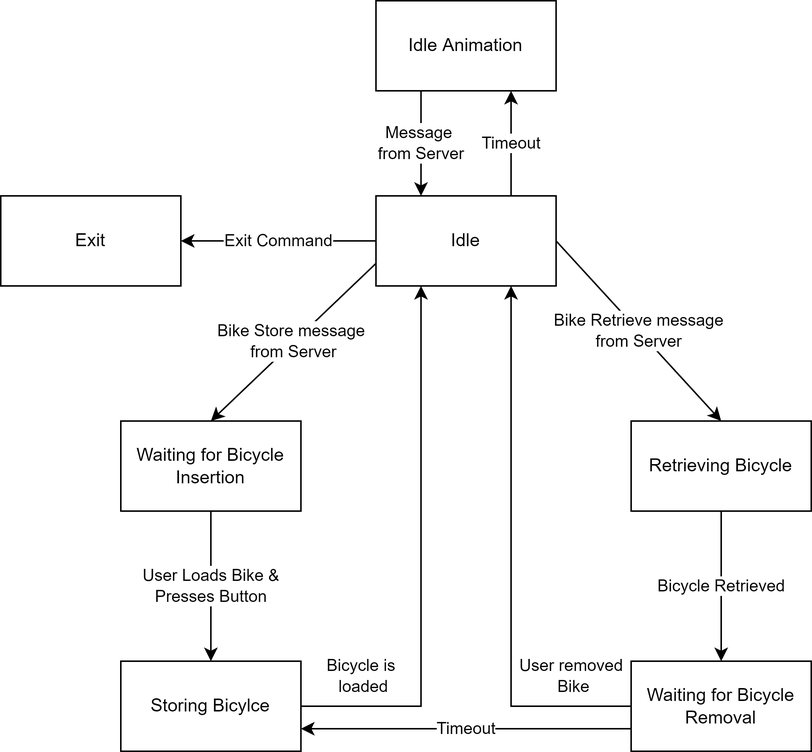
Earlier version of the draw.io export Diplomarbeit/images/tower_controller_v2_state_machine.png (jokil123/Fahrradturm). Source tidied: cells renumbered, new cells last; positions are measured from the earlier drawing's top-left corner, leaving out a move shared by most shapes. The source it was exported from:
```xml
<mxGraphModel>
  <root>
    <mxCell id="0" />
    <mxCell id="1" parent="0" />
    <mxCell id="2" value="Bicycle Retrieved" style="edgeStyle=orthogonalEdgeStyle;rounded=0;jettySize=auto;html=1;" parent="1" edge="1" source="3" target="9">
      <mxGeometry relative="1" as="geometry" />
    </mxCell>
    <mxCell id="3" value="Retrieving Bicycle" style="rounded=0;whiteSpace=wrap;html=1;" parent="1" vertex="1">
      <mxGeometry x="420" y="280" width="120" height="60" as="geometry" />
    </mxCell>
    <mxCell id="4" value="Idle" style="rounded=0;whiteSpace=wrap;html=1;" parent="1" vertex="1">
      <mxGeometry x="250" y="130" width="120" height="60" as="geometry" />
    </mxCell>
    <mxCell id="5" value="Bicycle is&lt;br&gt;&amp;nbsp;loaded" style="edgeStyle=orthogonalEdgeStyle;rounded=0;jettySize=auto;html=1;entryX=0.25;entryY=1;entryDx=0;entryDy=0;" parent="1" edge="1" source="6" target="4">
      <mxGeometry x="-0.78" y="20" relative="1" as="geometry" />
    </mxCell>
    <mxCell id="6" value="Storing Bicylce" style="rounded=0;whiteSpace=wrap;html=1;" parent="1" vertex="1">
      <mxGeometry x="80" y="440" width="120" height="60" as="geometry" />
    </mxCell>
    <mxCell id="7" value="User removed&lt;br&gt;&amp;nbsp;Bike" style="edgeStyle=orthogonalEdgeStyle;rounded=0;jettySize=auto;html=1;entryX=0.75;entryY=1;entryDx=0;entryDy=0;" parent="1" edge="1" source="9" target="4">
      <mxGeometry x="-0.78" y="-20" relative="1" as="geometry" />
    </mxCell>
    <mxCell id="8" value="Timeout" style="edgeStyle=orthogonalEdgeStyle;rounded=0;jettySize=auto;html=1;exitX=0;exitY=0.75;exitDx=0;exitDy=0;entryX=1;entryY=0.75;entryDx=0;entryDy=0;" parent="1" edge="1" source="9" target="6">
      <mxGeometry relative="1" as="geometry" />
    </mxCell>
    <mxCell id="9" value="Waiting for Bicycle Removal" style="rounded=0;whiteSpace=wrap;html=1;" parent="1" vertex="1">
      <mxGeometry x="420" y="440" width="120" height="60" as="geometry" />
    </mxCell>
    <mxCell id="10" value="User Loads Bike &amp;amp;&lt;br&gt;Presses Button" style="edgeStyle=orthogonalEdgeStyle;rounded=0;jettySize=auto;html=1;" parent="1" edge="1" source="11" target="6">
      <mxGeometry relative="1" as="geometry" />
    </mxCell>
    <mxCell id="11" value="Waiting for Bicycle Insertion" style="rounded=0;whiteSpace=wrap;html=1;" parent="1" vertex="1">
      <mxGeometry x="80" y="280" width="120" height="60" as="geometry" />
    </mxCell>
    <mxCell id="12" value="Idle Animation" style="rounded=0;whiteSpace=wrap;html=1;" parent="1" vertex="1">
      <mxGeometry x="250" width="120" height="60" as="geometry" />
    </mxCell>
    <mxCell id="13" value="Timeout" style="endArrow=classic;html=1;rounded=0;entryX=0.75;entryY=1;entryDx=0;entryDy=0;exitX=0.75;exitY=0;exitDx=0;exitDy=0;" parent="1" edge="1" source="4" target="12">
      <mxGeometry relative="1" as="geometry" />
    </mxCell>
    <mxCell id="14" value="Message &lt;br&gt;from Server" style="endArrow=classic;html=1;rounded=0;entryX=0.25;entryY=0;entryDx=0;entryDy=0;exitX=0.25;exitY=1;exitDx=0;exitDy=0;" parent="1" edge="1" source="12" target="4">
      <mxGeometry relative="1" as="geometry" />
    </mxCell>
    <mxCell id="15" value="Bike Store message &lt;br&gt;from Server" style="endArrow=classic;html=1;rounded=0;entryX=0.5;entryY=0;entryDx=0;entryDy=0;exitX=0;exitY=0.75;exitDx=0;exitDy=0;" parent="1" edge="1" source="4" target="11">
      <mxGeometry relative="1" as="geometry" />
    </mxCell>
    <mxCell id="16" value="Bike Retrieve message&lt;br&gt;from Server" style="endArrow=classic;html=1;rounded=0;entryX=0.5;entryY=0;entryDx=0;entryDy=0;exitX=1;exitY=0.5;exitDx=0;exitDy=0;" parent="1" edge="1" source="4" target="3">
      <mxGeometry relative="1" as="geometry" />
    </mxCell>
    <mxCell id="17" value="Exit" style="rounded=0;whiteSpace=wrap;html=1;" parent="1" vertex="1">
      <mxGeometry y="130" width="120" height="60" as="geometry" />
    </mxCell>
    <mxCell id="18" value="Exit Command" style="endArrow=classic;html=1;rounded=0;entryX=1;entryY=0.5;entryDx=0;entryDy=0;exitX=0;exitY=0.5;exitDx=0;exitDy=0;" parent="1" edge="1" source="4" target="17">
      <mxGeometry relative="1" as="geometry" />
    </mxCell>
  </root>
</mxGraphModel>
```
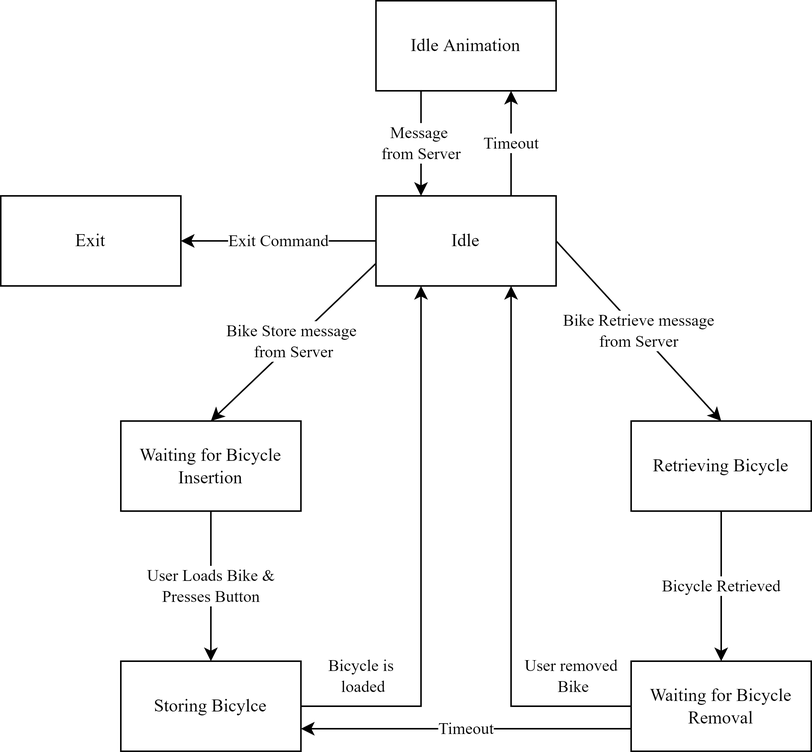
After the commit.

Diff of the diagram source:
```diff
@@ -2,55 +2,55 @@
   <root>
     <mxCell id="0" />
     <mxCell id="1" parent="0" />
-    <mxCell id="2" value="Bicycle Retrieved" style="edgeStyle=orthogonalEdgeStyle;rounded=0;jettySize=auto;html=1;" parent="1" edge="1" source="3" target="9">
+    <mxCell id="2" value="Bicycle Retrieved" style="edgeStyle=orthogonalEdgeStyle;rounded=0;jettySize=auto;html=1;fontFamily=Times New Roman;" parent="1" edge="1" source="3" target="9">
       <mxGeometry relative="1" as="geometry" />
     </mxCell>
-    <mxCell id="3" value="Retrieving Bicycle" style="rounded=0;whiteSpace=wrap;html=1;" parent="1" vertex="1">
+    <mxCell id="3" value="Retrieving Bicycle" style="rounded=0;whiteSpace=wrap;html=1;fontFamily=Times New Roman;" parent="1" vertex="1">
       <mxGeometry x="420" y="280" width="120" height="60" as="geometry" />
     </mxCell>
-    <mxCell id="4" value="Idle" style="rounded=0;whiteSpace=wrap;html=1;" parent="1" vertex="1">
+    <mxCell id="4" value="Idle" style="rounded=0;whiteSpace=wrap;html=1;fontFamily=Times New Roman;" parent="1" vertex="1">
       <mxGeometry x="250" y="130" width="120" height="60" as="geometry" />
     </mxCell>
-    <mxCell id="5" value="Bicycle is&lt;br&gt;&amp;nbsp;loaded" style="edgeStyle=orthogonalEdgeStyle;rounded=0;jettySize=auto;html=1;entryX=0.25;entryY=1;entryDx=0;entryDy=0;" parent="1" edge="1" source="6" target="4">
+    <mxCell id="5" value="Bicycle is&lt;br&gt;&amp;nbsp;loaded" style="edgeStyle=orthogonalEdgeStyle;rounded=0;jettySize=auto;html=1;entryX=0.25;entryY=1;entryDx=0;entryDy=0;fontFamily=Times New Roman;" parent="1" edge="1" source="6" target="4">
       <mxGeometry x="-0.78" y="20" relative="1" as="geometry" />
     </mxCell>
-    <mxCell id="6" value="Storing Bicylce" style="rounded=0;whiteSpace=wrap;html=1;" parent="1" vertex="1">
+    <mxCell id="6" value="Storing Bicylce" style="rounded=0;whiteSpace=wrap;html=1;fontFamily=Times New Roman;" parent="1" vertex="1">
       <mxGeometry x="80" y="440" width="120" height="60" as="geometry" />
     </mxCell>
-    <mxCell id="7" value="User removed&lt;br&gt;&amp;nbsp;Bike" style="edgeStyle=orthogonalEdgeStyle;rounded=0;jettySize=auto;html=1;entryX=0.75;entryY=1;entryDx=0;entryDy=0;" parent="1" edge="1" source="9" target="4">
+    <mxCell id="7" value="User removed&lt;br&gt;&amp;nbsp;Bike" style="edgeStyle=orthogonalEdgeStyle;rounded=0;jettySize=auto;html=1;entryX=0.75;entryY=1;entryDx=0;entryDy=0;fontFamily=Times New Roman;" parent="1" edge="1" source="9" target="4">
       <mxGeometry x="-0.78" y="-20" relative="1" as="geometry" />
     </mxCell>
-    <mxCell id="8" value="Timeout" style="edgeStyle=orthogonalEdgeStyle;rounded=0;jettySize=auto;html=1;exitX=0;exitY=0.75;exitDx=0;exitDy=0;entryX=1;entryY=0.75;entryDx=0;entryDy=0;" parent="1" edge="1" source="9" target="6">
+    <mxCell id="8" value="Timeout" style="edgeStyle=orthogonalEdgeStyle;rounded=0;jettySize=auto;html=1;exitX=0;exitY=0.75;exitDx=0;exitDy=0;entryX=1;entryY=0.75;entryDx=0;entryDy=0;fontFamily=Times New Roman;" parent="1" edge="1" source="9" target="6">
       <mxGeometry relative="1" as="geometry" />
     </mxCell>
-    <mxCell id="9" value="Waiting for Bicycle Removal" style="rounded=0;whiteSpace=wrap;html=1;" parent="1" vertex="1">
+    <mxCell id="9" value="Waiting for Bicycle Removal" style="rounded=0;whiteSpace=wrap;html=1;fontFamily=Times New Roman;" parent="1" vertex="1">
       <mxGeometry x="420" y="440" width="120" height="60" as="geometry" />
     </mxCell>
-    <mxCell id="10" value="User Loads Bike &amp;amp;&lt;br&gt;Presses Button" style="edgeStyle=orthogonalEdgeStyle;rounded=0;jettySize=auto;html=1;" parent="1" edge="1" source="11" target="6">
+    <mxCell id="10" value="User Loads Bike &amp;amp;&lt;br&gt;Presses Button" style="edgeStyle=orthogonalEdgeStyle;rounded=0;jettySize=auto;html=1;fontFamily=Times New Roman;" parent="1" edge="1" source="11" target="6">
       <mxGeometry relative="1" as="geometry" />
     </mxCell>
-    <mxCell id="11" value="Waiting for Bicycle Insertion" style="rounded=0;whiteSpace=wrap;html=1;" parent="1" vertex="1">
+    <mxCell id="11" value="Waiting for Bicycle Insertion" style="rounded=0;whiteSpace=wrap;html=1;fontFamily=Times New Roman;" parent="1" vertex="1">
       <mxGeometry x="80" y="280" width="120" height="60" as="geometry" />
     </mxCell>
-    <mxCell id="12" value="Idle Animation" style="rounded=0;whiteSpace=wrap;html=1;" parent="1" vertex="1">
+    <mxCell id="12" value="Idle Animation" style="rounded=0;whiteSpace=wrap;html=1;fontFamily=Times New Roman;" parent="1" vertex="1">
       <mxGeometry x="250" width="120" height="60" as="geometry" />
     </mxCell>
-    <mxCell id="13" value="Timeout" style="endArrow=classic;html=1;rounded=0;entryX=0.75;entryY=1;entryDx=0;entryDy=0;exitX=0.75;exitY=0;exitDx=0;exitDy=0;" parent="1" edge="1" source="4" target="12">
+    <mxCell id="13" value="Timeout" style="endArrow=classic;html=1;rounded=0;entryX=0.75;entryY=1;entryDx=0;entryDy=0;exitX=0.75;exitY=0;exitDx=0;exitDy=0;fontFamily=Times New Roman;" parent="1" edge="1" source="4" target="12">
       <mxGeometry relative="1" as="geometry" />
     </mxCell>
-    <mxCell id="14" value="Message &lt;br&gt;from Server" style="endArrow=classic;html=1;rounded=0;entryX=0.25;entryY=0;entryDx=0;entryDy=0;exitX=0.25;exitY=1;exitDx=0;exitDy=0;" parent="1" edge="1" source="12" target="4">
+    <mxCell id="14" value="Message &lt;br&gt;from Server" style="endArrow=classic;html=1;rounded=0;entryX=0.25;entryY=0;entryDx=0;entryDy=0;exitX=0.25;exitY=1;exitDx=0;exitDy=0;fontFamily=Times New Roman;" parent="1" edge="1" source="12" target="4">
       <mxGeometry relative="1" as="geometry" />
     </mxCell>
-    <mxCell id="15" value="Bike Store message &lt;br&gt;from Server" style="endArrow=classic;html=1;rounded=0;entryX=0.5;entryY=0;entryDx=0;entryDy=0;exitX=0;exitY=0.75;exitDx=0;exitDy=0;" parent="1" edge="1" source="4" target="11">
+    <mxCell id="15" value="Bike Store message &lt;br&gt;from Server" style="endArrow=classic;html=1;rounded=0;entryX=0.5;entryY=0;entryDx=0;entryDy=0;exitX=0;exitY=0.75;exitDx=0;exitDy=0;fontFamily=Times New Roman;" parent="1" edge="1" source="4" target="11">
       <mxGeometry relative="1" as="geometry" />
     </mxCell>
-    <mxCell id="16" value="Bike Retrieve message&lt;br&gt;from Server" style="endArrow=classic;html=1;rounded=0;entryX=0.5;entryY=0;entryDx=0;entryDy=0;exitX=1;exitY=0.5;exitDx=0;exitDy=0;" parent="1" edge="1" source="4" target="3">
+    <mxCell id="16" value="Bike Retrieve message&lt;br&gt;from Server" style="endArrow=classic;html=1;rounded=0;entryX=0.5;entryY=0;entryDx=0;entryDy=0;exitX=1;exitY=0.5;exitDx=0;exitDy=0;fontFamily=Times New Roman;" parent="1" edge="1" source="4" target="3">
       <mxGeometry relative="1" as="geometry" />
     </mxCell>
-    <mxCell id="17" value="Exit" style="rounded=0;whiteSpace=wrap;html=1;" parent="1" vertex="1">
+    <mxCell id="17" value="Exit" style="rounded=0;whiteSpace=wrap;html=1;fontFamily=Times New Roman;" parent="1" vertex="1">
       <mxGeometry y="130" width="120" height="60" as="geometry" />
     </mxCell>
-    <mxCell id="18" value="Exit Command" style="endArrow=classic;html=1;rounded=0;entryX=1;entryY=0.5;entryDx=0;entryDy=0;exitX=0;exitY=0.5;exitDx=0;exitDy=0;" parent="1" edge="1" source="4" target="17">
+    <mxCell id="18" value="Exit Command" style="endArrow=classic;html=1;rounded=0;entryX=1;entryY=0.5;entryDx=0;entryDy=0;exitX=0;exitY=0.5;exitDx=0;exitDy=0;fontFamily=Times New Roman;" parent="1" edge="1" source="4" target="17">
       <mxGeometry relative="1" as="geometry" />
     </mxCell>
   </root>
```
